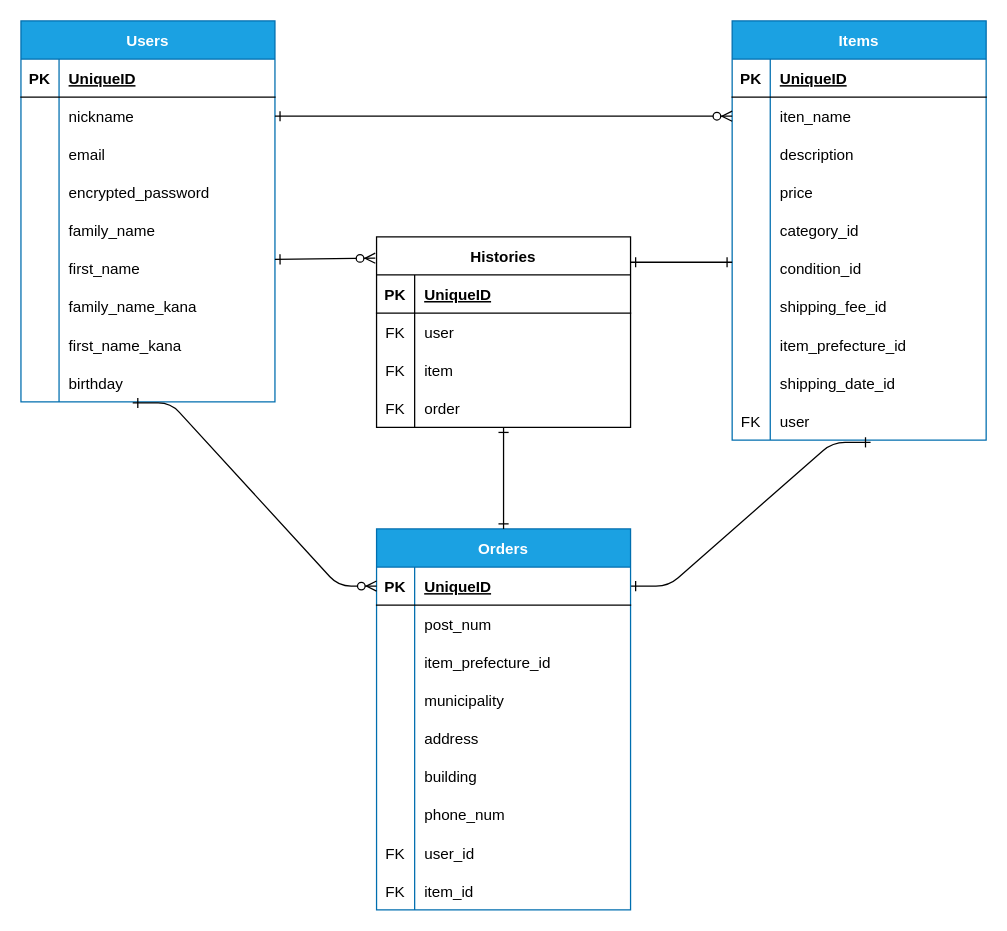
abeyaworld/furima-38648 keeps this draw.io diagram as furima.dio. Above is the earlier version. Source tidied: cells renumbered, new cells numbered last; positions are measured from the earlier drawing's top-left corner, leaving out a move shared by most shapes. Both pictures are drawn from the tidied source at 127%, with x=0, y=0 at pixel (20, 20).
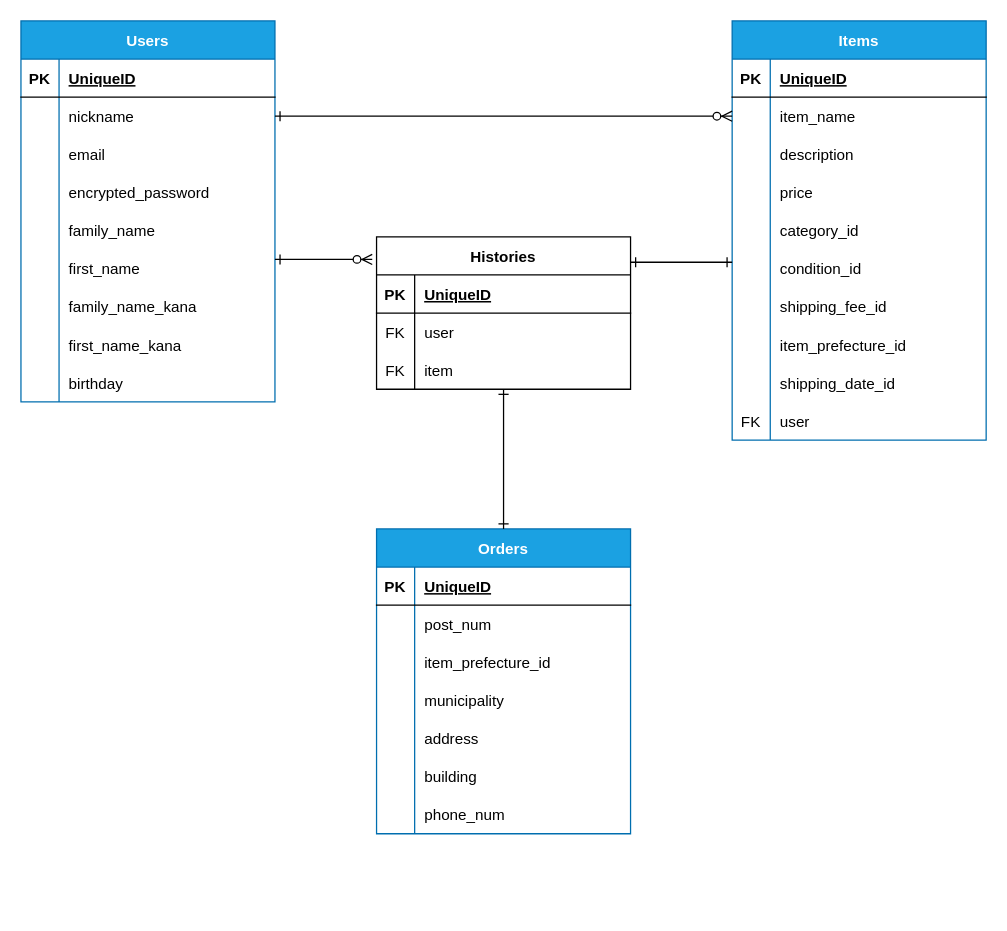
Above is the later version.

The change refers to these unchanged cells:
```xml
<mxCell id="18" style="shape=tableRow;horizontal=0;startSize=0;swimlaneHead=0;swimlaneBody=0;fillColor=none;points=[[0,0.5],[1,0.5]];portConstraint=eastwest;top=0;left=0;right=0;bottom=0;" parent="2" vertex="1">
  <mxGeometry y="180" width="200" height="30" as="geometry" />
</mxCell>
<mxCell id="27" style="shape=tableRow;horizontal=0;startSize=0;swimlaneHead=0;swimlaneBody=0;fillColor=none;points=[[0,0.5],[1,0.5]];portConstraint=eastwest;top=0;left=0;right=0;bottom=0;" parent="2" vertex="1">
  <mxGeometry y="270" width="200" height="30" as="geometry" />
</mxCell>
<mxCell id="34" style="shape=tableRow;horizontal=0;startSize=0;swimlaneHead=0;swimlaneBody=0;fillColor=none;points=[[0,0.5],[1,0.5]];portConstraint=eastwest;top=0;left=0;right=0;bottom=0;" parent="30" vertex="1">
  <mxGeometry y="60" width="200" height="30" as="geometry" />
</mxCell>
<mxCell id="58" style="shape=tableRow;horizontal=0;startSize=0;swimlaneHead=0;swimlaneBody=0;fillColor=none;points=[[0,0.5],[1,0.5]];portConstraint=eastwest;top=0;left=0;right=0;bottom=0;" parent="30" vertex="1">
  <mxGeometry y="300" width="200" height="30" as="geometry" />
</mxCell>
<mxCell id="63" style="shape=tableRow;horizontal=0;startSize=0;swimlaneHead=0;swimlaneBody=0;fillColor=none;points=[[0,0.5],[1,0.5]];portConstraint=eastwest;top=0;left=0;right=0;bottom=1;" parent="62" vertex="1">
  <mxGeometry y="30" width="200" height="30" as="geometry" />
</mxCell>
<mxCell id="99" style="shape=tableRow;horizontal=0;startSize=0;swimlaneHead=0;swimlaneBody=0;fillColor=none;points=[[0,0.5],[1,0.5]];portConstraint=eastwest;top=0;left=0;right=0;bottom=0;" parent="92" vertex="1">
  <mxGeometry y="90" width="200" height="30" as="geometry" />
</mxCell>
```

The edit, as a diff of the source:
```diff
@@
-<mxGraphModel background="#FFFFFF">
+<mxGraphModel background="#ffffff">
@@
-    <mxCell id="36" value="iten_name" style="shape=partialRectangle;fillColor=none;top=0;left=0;bottom=0;right=0;align=left;spacingLeft=6;overflow=hidden;" parent="34" vertex="1">
+    <mxCell id="36" value="item_name" style="shape=partialRectangle;fillColor=none;top=0;left=0;bottom=0;right=0;align=left;spacingLeft=6;overflow=hidden;" parent="34" vertex="1">
       <mxGeometry x="30" width="170" height="30" as="geometry" />
     </mxCell>
@@
-    <mxCell id="61" style="edgeStyle=entityRelationEdgeStyle;html=1;startArrow=ERone;startFill=0;endArrow=ERone;endFill=0;exitX=1;exitY=0.5;exitDx=0;exitDy=0;entryX=0.545;entryY=1.06;entryDx=0;entryDy=0;entryPerimeter=0;" parent="1" edge="1" source="63" target="58">
-      <mxGeometry relative="1" as="geometry" />
-    </mxCell>
     <mxCell id="62" value="Orders" style="shape=table;startSize=30;childLayout=tableLayout;rowLines=0;fontStyle=1;align=center;fillColor=#1ba1e2;fontColor=#ffffff;strokeColor=#006EAF;swimlaneFillColor=none;" parent="1" vertex="1">
-      <mxGeometry x="280" y="400" width="200" height="300" as="geometry" />
+      <mxGeometry x="280" y="400" width="200" height="240" as="geometry" />
     </mxCell>
@@
-    <mxCell id="84" style="shape=tableRow;horizontal=0;startSize=0;swimlaneHead=0;swimlaneBody=0;fillColor=none;top=0;left=0;right=0;bottom=0;" parent="62" vertex="1">
-      <mxGeometry y="240" width="200" height="30" as="geometry" />
-    </mxCell>
-    <mxCell id="85" value="FK" style="shape=partialRectangle;fillColor=none;top=0;left=0;bottom=0;right=0;fontStyle=0;overflow=hidden;" parent="84" vertex="1">
-      <mxGeometry width="30" height="30" as="geometry" />
-    </mxCell>
-    <mxCell id="86" value="user_id" style="shape=partialRectangle;fillColor=none;top=0;left=0;bottom=0;right=0;align=left;spacingLeft=6;fontStyle=0;overflow=hidden;" parent="84" vertex="1">
-      <mxGeometry x="30" width="170" height="30" as="geometry" />
-    </mxCell>
-    <mxCell id="87" style="shape=tableRow;horizontal=0;startSize=0;swimlaneHead=0;swimlaneBody=0;fillColor=none;top=0;left=0;right=0;bottom=0;" parent="62" vertex="1">
-      <mxGeometry y="270" width="200" height="30" as="geometry" />
-    </mxCell>
-    <mxCell id="88" value="FK" style="shape=partialRectangle;fillColor=none;top=0;left=0;bottom=0;right=0;fontStyle=0;overflow=hidden;" parent="87" vertex="1">
-      <mxGeometry width="30" height="30" as="geometry" />
-    </mxCell>
-    <mxCell id="89" value="item_id" style="shape=partialRectangle;fillColor=none;top=0;left=0;bottom=0;right=0;align=left;spacingLeft=6;fontStyle=0;overflow=hidden;" parent="87" vertex="1">
-      <mxGeometry x="30" width="170" height="30" as="geometry" />
-    </mxCell>
@@
-    <mxCell id="91" style="fontSize=12;html=1;endArrow=ERzeroToMany;endFill=1;entryX=0;entryY=0.5;entryDx=0;entryDy=0;edgeStyle=entityRelationEdgeStyle;startArrow=ERone;startFill=0;exitX=0.44;exitY=1.027;exitDx=0;exitDy=0;exitPerimeter=0;" parent="1" edge="1" source="27" target="63">
-      <mxGeometry relative="1" as="geometry" />
-    </mxCell>
     <mxCell id="92" value="Histories" style="shape=table;startSize=30;childLayout=tableLayout;rowLines=0;fontStyle=1;align=center;" parent="1" vertex="1">
-      <mxGeometry x="280" y="170" width="200" height="150" as="geometry" />
+      <mxGeometry x="280" y="170" width="200" height="120" as="geometry" />
     </mxCell>
@@
-    <mxCell id="102" style="shape=tableRow;horizontal=0;startSize=0;swimlaneHead=0;swimlaneBody=0;fillColor=none;top=0;left=0;right=0;bottom=0;" parent="92" vertex="1">
-      <mxGeometry y="120" width="200" height="30" as="geometry" />
-    </mxCell>
-    <mxCell id="103" value="FK" style="shape=partialRectangle;fillColor=none;top=0;left=0;bottom=0;right=0;overflow=hidden;" parent="102" vertex="1">
-      <mxGeometry width="30" height="30" as="geometry" />
-    </mxCell>
-    <mxCell id="104" value="order" style="shape=partialRectangle;fillColor=none;top=0;left=0;bottom=0;right=0;align=left;spacingLeft=6;overflow=hidden;" parent="102" vertex="1">
-      <mxGeometry x="30" width="170" height="30" as="geometry" />
-    </mxCell>
-    <mxCell id="105" style="fontSize=12;html=1;endArrow=ERzeroToMany;endFill=1;entryX=-0.005;entryY=0.112;entryDx=0;entryDy=0;exitX=1;exitY=0.26;exitDx=0;exitDy=0;startArrow=ERone;startFill=0;entryPerimeter=0;exitPerimeter=0;" parent="1" edge="1" source="18" target="92">
+    <mxCell id="105" style="fontSize=12;html=1;endArrow=ERzeroToMany;endFill=1;entryX=-0.017;entryY=0.148;entryDx=0;entryDy=0;exitX=1;exitY=0.26;exitDx=0;exitDy=0;startArrow=ERone;startFill=0;entryPerimeter=0;exitPerimeter=0;" parent="1" edge="1" source="18" target="92">
       <mxGeometry relative="1" as="geometry" />
     </mxCell>
-    <mxCell id="106" style="fontSize=12;html=1;endArrow=ERone;endFill=0;entryX=0.5;entryY=0;entryDx=0;entryDy=0;startArrow=ERone;startFill=0;" parent="1" edge="1" target="62">
+    <mxCell id="106" style="fontSize=12;html=1;endArrow=ERone;endFill=0;entryX=0.5;entryY=0;entryDx=0;entryDy=0;startArrow=ERone;startFill=0;" parent="1" edge="1" source="99" target="62">
       <mxGeometry relative="1" as="geometry">
-        <mxPoint x="380" y="320" as="sourcePoint" />
         <Array as="points">
           <mxPoint x="380" y="390" />
         </Array>
       </mxGeometry>
     </mxCell>
```
